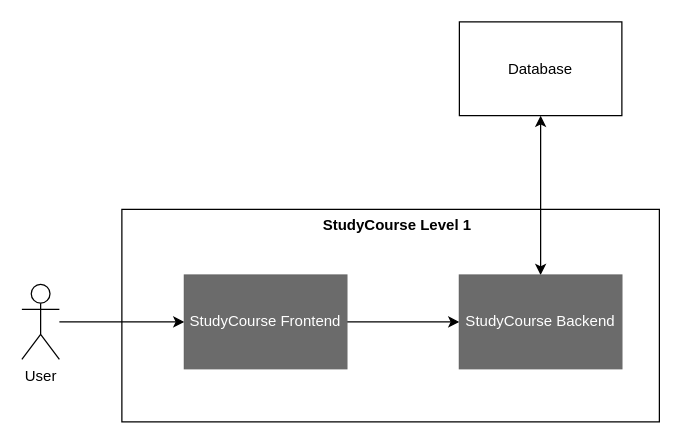
Before: Building_Block_lcms_top.drawio in MarkTkachov/lcms_diagrams, a draw.io diagram. Source tidied: cells renumbered, new cells numbered last; positions are measured from the earlier drawing's top-left corner, leaving out a move shared by most shapes. Both pictures are drawn from the tidied source at 125%, with x=0, y=0 at pixel (21, 21).
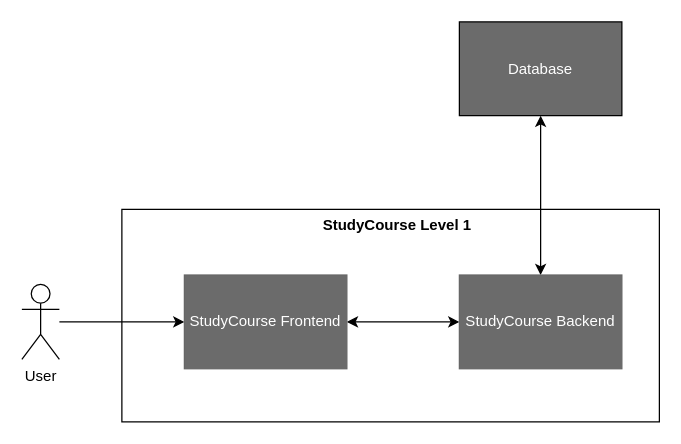
After the change.

What changed in the source:
```diff
@@
 <mxGraphModel>
   <root>
     <mxCell id="0" />
     <mxCell id="1" parent="0" />
     <mxCell id="2" style="html=1;whiteSpace=wrap;" parent="1" vertex="1">
       <mxGeometry x="80" y="150" width="430" height="170" as="geometry" />
     </mxCell>
     <mxCell id="3" style="edgeStyle=orthogonalEdgeStyle;rounded=0;jettySize=auto;html=1;" parent="1" edge="1" source="4" target="6">
       <mxGeometry relative="1" as="geometry" />
     </mxCell>
     <mxCell id="4" value="&lt;div&gt;User&lt;/div&gt;" style="shape=umlActor;verticalLabelPosition=bottom;verticalAlign=top;html=1;" parent="1" vertex="1">
       <mxGeometry y="210" width="30" height="60" as="geometry" />
     </mxCell>
-    <mxCell id="5" style="edgeStyle=orthogonalEdgeStyle;rounded=0;jettySize=auto;html=1;" parent="1" edge="1" source="6" target="8">
+    <mxCell id="5" style="edgeStyle=orthogonalEdgeStyle;rounded=0;jettySize=auto;html=1;startArrow=classic;startFill=1;" parent="1" edge="1" source="6" target="8">
       <mxGeometry relative="1" as="geometry" />
     </mxCell>
     <mxCell id="6" value="StudyCourse Frontend" style="html=1;whiteSpace=wrap;fillColor=#6B6B6B;fontColor=#FFFFFF;strokeColor=#666666;fillStyle=solid;" parent="1" vertex="1">
       <mxGeometry x="130" y="202.5" width="130" height="75" as="geometry" />
     </mxCell>
     <mxCell id="7" style="edgeStyle=orthogonalEdgeStyle;rounded=0;jettySize=auto;html=1;startArrow=classic;startFill=1;" parent="1" edge="1" source="8" target="9">
       <mxGeometry relative="1" as="geometry" />
     </mxCell>
     <mxCell id="8" value="StudyCourse Backend" style="html=1;whiteSpace=wrap;fillColor=#6B6B6B;fontColor=#FFFFFF;strokeColor=#666666;fillStyle=solid;" parent="1" vertex="1">
       <mxGeometry x="350" y="202.5" width="130" height="75" as="geometry" />
     </mxCell>
-    <mxCell id="9" value="Database" style="html=1;whiteSpace=wrap;" parent="1" vertex="1">
+    <mxCell id="9" value="Database" style="html=1;whiteSpace=wrap;fillColor=#6B6B6B;fontColor=#FFFFFF;" parent="1" vertex="1">
       <mxGeometry x="350" width="130" height="75" as="geometry" />
     </mxCell>
     <mxCell id="10" value="StudyCourse Level 1" style="text;align=center;fontStyle=1;verticalAlign=middle;spacingLeft=3;spacingRight=3;strokeColor=none;html=1;" parent="1" vertex="1">
       <mxGeometry x="260" y="150" width="80" height="26" as="geometry" />
     </mxCell>
   </root>
 </mxGraphModel>
```
